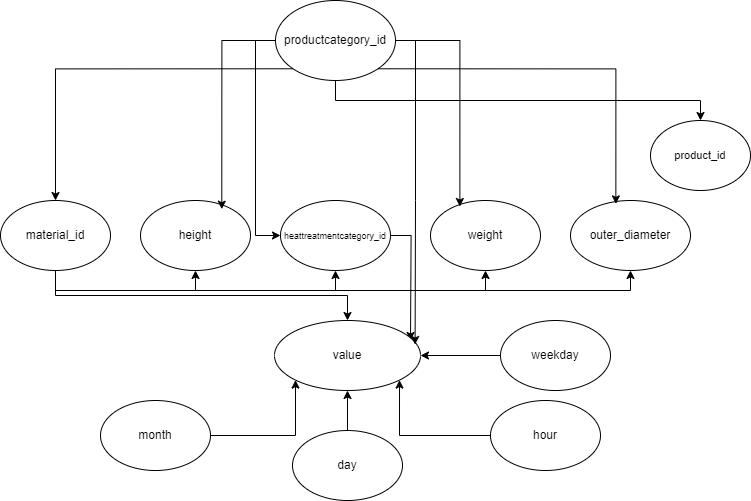
MJ-2004/Thesis-2025 keeps this draw.io diagram as causal_graphs/steel_causal_graph.drawio.png. Above is the earlier version. Source tidied: cells renumbered, new cells last; positions are measured from the earlier drawing's top-left corner, leaving out a move shared by most shapes.
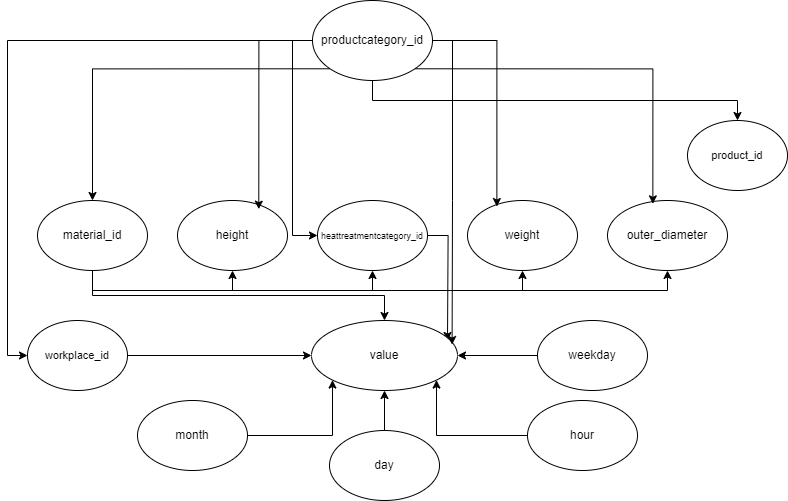
The same file after the commit.

Diff of the diagram source:
```diff
@@ -54,6 +54,9 @@
     <mxCell id="16" style="edgeStyle=orthogonalEdgeStyle;rounded=0;jettySize=auto;html=1;exitX=0;exitY=0.5;exitDx=0;exitDy=0;entryX=0;entryY=0.5;entryDx=0;entryDy=0;" parent="1" edge="1" source="17" target="5">
       <mxGeometry relative="1" as="geometry" />
     </mxCell>
+    <mxCell id="31" style="edgeStyle=orthogonalEdgeStyle;rounded=0;jettySize=auto;html=1;exitX=0;exitY=0.5;exitDx=0;exitDy=0;entryX=0;entryY=0.5;entryDx=0;entryDy=0;" parent="1" edge="1" source="17" target="33">
+      <mxGeometry relative="1" as="geometry" />
+    </mxCell>
     <mxCell id="17" value="productcategory_id" style="ellipse;whiteSpace=wrap;html=1;" parent="1" vertex="1">
       <mxGeometry x="275" width="120" height="80" as="geometry" />
     </mxCell>
@@ -96,5 +99,11 @@
     <mxCell id="30" value="weekday" style="ellipse;whiteSpace=wrap;html=1;" parent="1" vertex="1">
       <mxGeometry x="500" y="320" width="110" height="70" as="geometry" />
     </mxCell>
+    <mxCell id="32" style="edgeStyle=orthogonalEdgeStyle;rounded=0;jettySize=auto;html=1;exitX=1;exitY=0.5;exitDx=0;exitDy=0;" parent="1" edge="1" source="33" target="21">
+      <mxGeometry relative="1" as="geometry" />
+    </mxCell>
+    <mxCell id="33" value="workplace_id" style="ellipse;whiteSpace=wrap;html=1;fontSize=11;" parent="1" vertex="1">
+      <mxGeometry x="-10" y="320" width="100" height="70" as="geometry" />
+    </mxCell>
   </root>
 </mxGraphModel>
```
